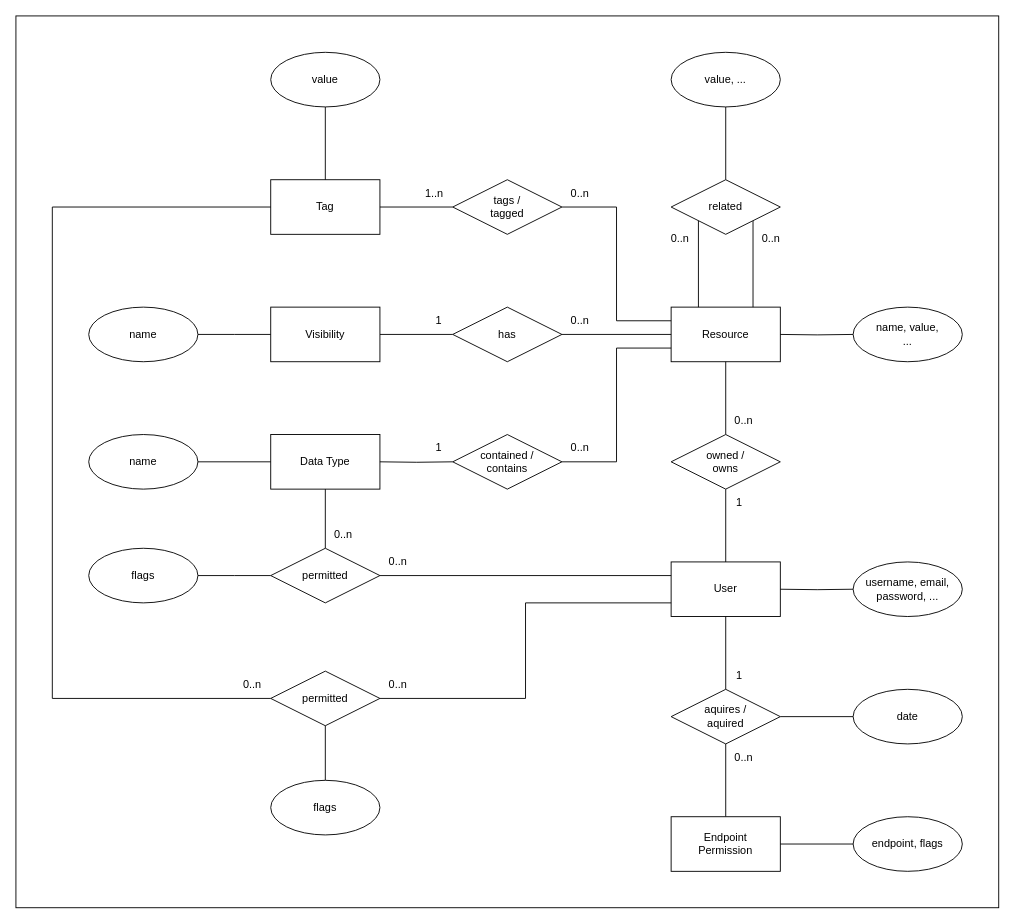
The draw.io diagram ER.drawio in Clamentos/ProjectBlackhole, before the edit. Source tidied: cells renumbered, new cells numbered last; positions are measured from the earlier drawing's top-left corner, leaving out a move shared by most shapes. Both pictures are drawn from the tidied source at 91%, with x=0, y=0 at pixel (15, 15).
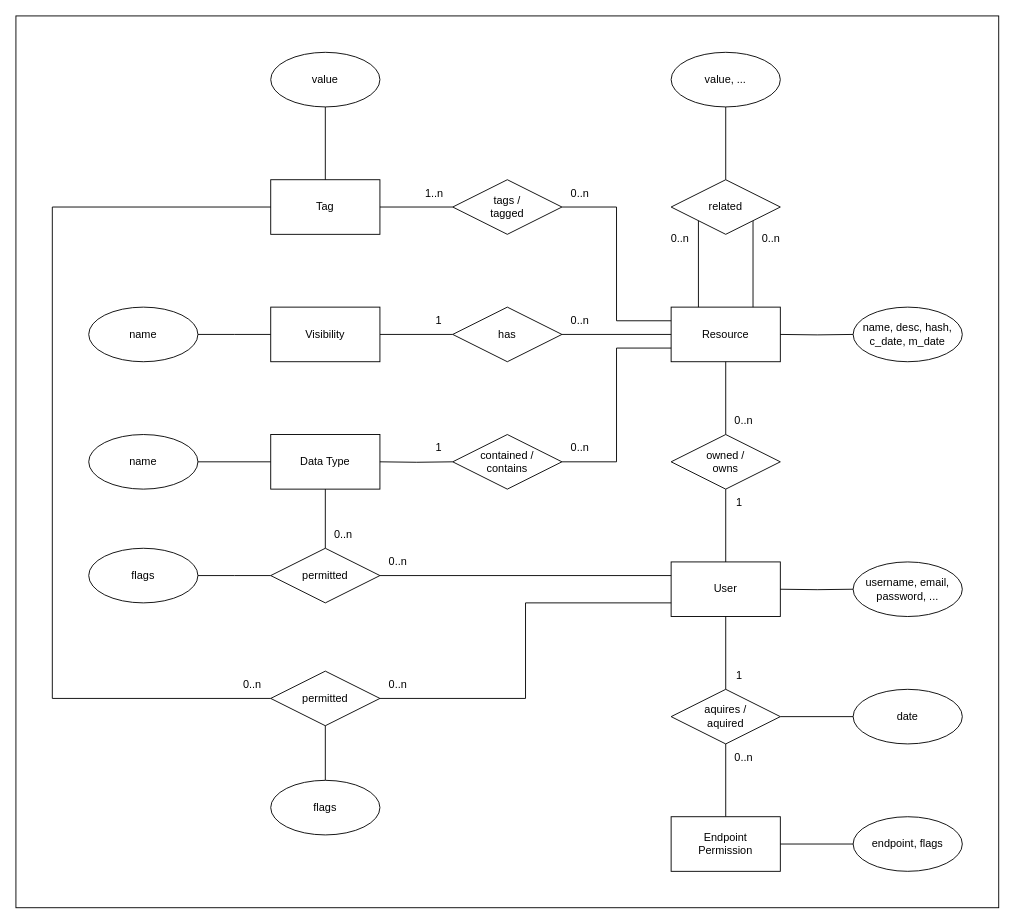
The same page after the edit.

The edit, as a diff of the source:
```diff
@@
-    <mxCell id="30" value="name, value,&lt;br&gt;..." style="ellipse;whiteSpace=wrap;html=1;" parent="1" vertex="1">
+    <mxCell id="30" value="name, desc, hash, c_date, m_date" style="ellipse;whiteSpace=wrap;html=1;" parent="1" vertex="1">
       <mxGeometry x="920" y="320" width="120" height="60" as="geometry" />
     </mxCell>
```
